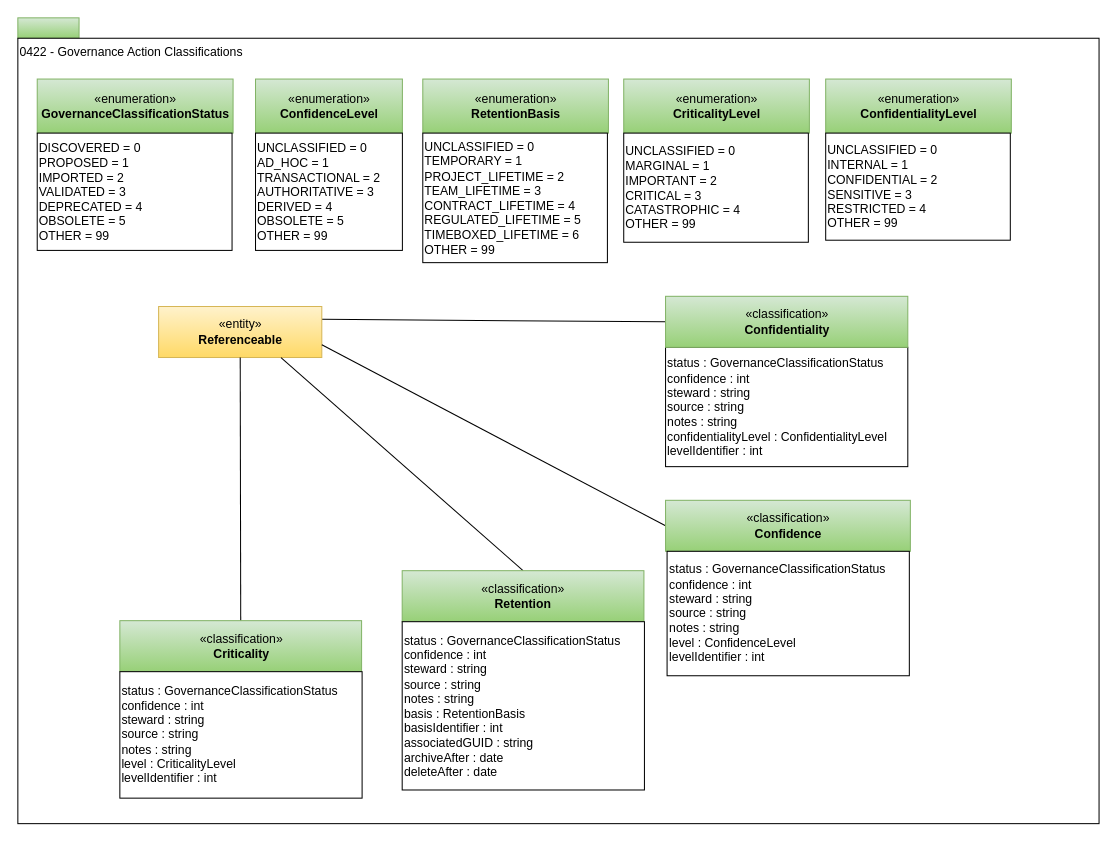
The draw.io diagram page "0422-Governance-Action-Classifications" (8 of 28) of open-metadata-publication/website/open-metadata-types/area-4-governance.drawio in odpi/egeria, before the edit. Source tidied: cells renumbered, new cells numbered last; positions are measured from the earlier drawing's top-left corner, leaving out a move shared by most shapes. Both pictures are drawn from the tidied source at 102%, with x=0, y=0 at pixel (17, 17).
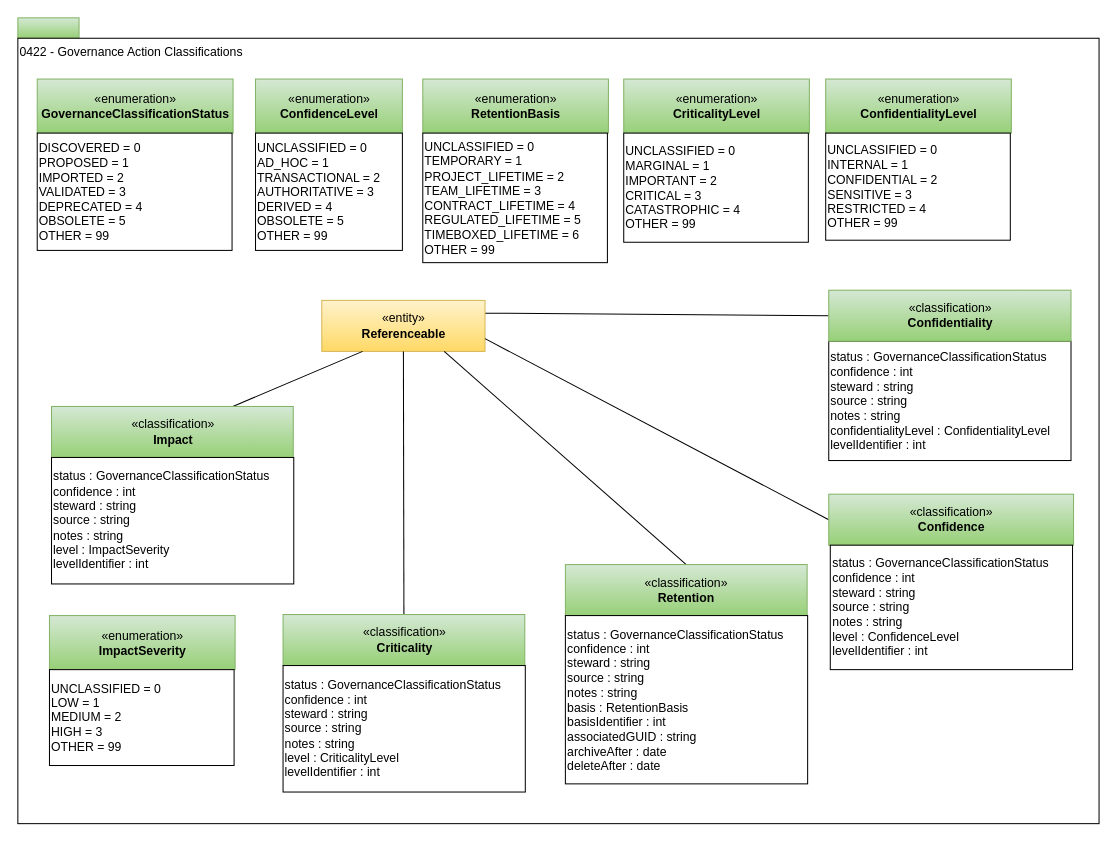
The same diagram, later.

Change to the diagram source:
```diff
@@
     <mxCell id="4" value="&lt;span&gt;status : GovernanceClassificationStatus&lt;br&gt;confidence : int&lt;br&gt;steward : string&lt;br&gt;source : string&lt;br&gt;notes : string&lt;br&gt;confidentialityLevel : ConfidentialityLevel&lt;br&gt;levelIdentifier : int&lt;br&gt;&lt;/span&gt;" style="rounded=0;whiteSpace=wrap;html=1;strokeColor=#000000;gradientColor=#ffffff;align=left;" parent="1" vertex="1">
-      <mxGeometry x="635" y="323" width="237.5" height="117" as="geometry" />
+      <mxGeometry x="795" y="317" width="237.5" height="117" as="geometry" />
     </mxCell>
@@
     <mxCell id="6" value="«entity»&lt;br&gt;&lt;b&gt;Referenceable&lt;/b&gt;" style="html=1;strokeColor=#d6b656;align=center;fillColor=#fff2cc;gradientColor=#ffd966;" parent="1" vertex="1">
-      <mxGeometry x="138" y="283" width="160" height="50" as="geometry" />
+      <mxGeometry x="298" y="277" width="160" height="50" as="geometry" />
     </mxCell>
     <mxCell id="7" value="«classification»&lt;br&gt;&lt;b&gt;Confidentiality&lt;/b&gt;" style="html=1;strokeColor=#82b366;align=center;fillColor=#d5e8d4;gradientColor=#97d077;" parent="1" vertex="1">
-      <mxGeometry x="635" y="273" width="237.5" height="50" as="geometry" />
+      <mxGeometry x="795" y="267" width="237.5" height="50" as="geometry" />
     </mxCell>
@@
     <mxCell id="9" value="«classification»&lt;br&gt;&lt;b&gt;Confidence&lt;/b&gt;" style="html=1;strokeColor=#82b366;align=center;fillColor=#d5e8d4;gradientColor=#97d077;" parent="1" vertex="1">
-      <mxGeometry x="635" y="473" width="240" height="50" as="geometry" />
+      <mxGeometry x="795" y="467" width="240" height="50" as="geometry" />
     </mxCell>
@@
     <mxCell id="11" value="«classification»&lt;br&gt;&lt;b&gt;Retention&lt;/b&gt;" style="html=1;strokeColor=#82b366;align=center;fillColor=#d5e8d4;gradientColor=#97d077;" parent="1" vertex="1">
-      <mxGeometry x="376.8" y="542" width="237" height="50" as="geometry" />
+      <mxGeometry x="536.8" y="536" width="237" height="50" as="geometry" />
     </mxCell>
@@
     <mxCell id="21" value="«classification»&lt;br&gt;&lt;b&gt;Criticality&lt;/b&gt;" style="html=1;strokeColor=#82b366;align=center;fillColor=#d5e8d4;gradientColor=#97d077;" parent="1" vertex="1">
-      <mxGeometry x="100" y="591" width="237" height="50" as="geometry" />
+      <mxGeometry x="260" y="585" width="237" height="50" as="geometry" />
     </mxCell>
     <mxCell id="22" value="&lt;span&gt;status : GovernanceClassificationStatus&lt;br&gt;confidence : int&lt;br&gt;steward : string&lt;br&gt;source : string&lt;br&gt;notes : string&lt;br&gt;level : ConfidenceLevel&lt;br&gt;levelIdentifier : int&lt;br&gt;&lt;/span&gt;" style="rounded=0;whiteSpace=wrap;html=1;strokeColor=#000000;gradientColor=#ffffff;align=left;" parent="1" vertex="1">
-      <mxGeometry x="636.5" y="523" width="237.5" height="122" as="geometry" />
+      <mxGeometry x="796.5" y="517" width="237.5" height="122" as="geometry" />
     </mxCell>
     <mxCell id="23" value="&lt;span&gt;status : GovernanceClassificationStatus&lt;br&gt;confidence : int&lt;br&gt;steward : string&lt;br&gt;source : string&lt;br&gt;notes : string&lt;br&gt;basis : RetentionBasis&lt;br&gt;basisIdentifier : int&lt;br&gt;associatedGUID : string&lt;br&gt;archiveAfter : date&lt;br&gt;deleteAfter : date&lt;br&gt;&lt;/span&gt;" style="rounded=0;whiteSpace=wrap;html=1;strokeColor=#000000;gradientColor=#ffffff;align=left;" parent="1" vertex="1">
-      <mxGeometry x="376.8" y="592" width="237.5" height="165" as="geometry" />
+      <mxGeometry x="536.8" y="586" width="237.5" height="165" as="geometry" />
     </mxCell>
     <mxCell id="24" value="&lt;span&gt;status : GovernanceClassificationStatus&lt;br&gt;confidence : int&lt;br&gt;steward : string&lt;br&gt;source : string&lt;br&gt;notes : string&lt;br&gt;level : CriticalityLevel&lt;br&gt;levelIdentifier : int&lt;br&gt;&lt;/span&gt;" style="rounded=0;whiteSpace=wrap;html=1;strokeColor=#000000;gradientColor=#ffffff;align=left;" parent="1" vertex="1">
-      <mxGeometry x="100" y="641" width="237.5" height="124" as="geometry" />
+      <mxGeometry x="260" y="635" width="237.5" height="124" as="geometry" />
     </mxCell>
@@
+    <mxCell id="27" style="edgeStyle=none;rounded=0;jettySize=auto;html=1;exitX=0.75;exitY=0;exitDx=0;exitDy=0;entryX=0.25;entryY=1;entryDx=0;entryDy=0;endArrow=none;endFill=0;endSize=19;strokeWidth=1;" parent="1" edge="1" source="28" target="6">
+      <mxGeometry relative="1" as="geometry" />
+    </mxCell>
+    <mxCell id="28" value="«classification»&lt;br&gt;&lt;b&gt;Impact&lt;/b&gt;" style="html=1;strokeColor=#82b366;align=center;fillColor=#d5e8d4;gradientColor=#97d077;" parent="1" vertex="1">
+      <mxGeometry x="33" y="381" width="237" height="50" as="geometry" />
+    </mxCell>
+    <mxCell id="29" value="&lt;span&gt;status : GovernanceClassificationStatus&lt;br&gt;confidence : int&lt;br&gt;steward : string&lt;br&gt;source : string&lt;br&gt;notes : string&lt;br&gt;level : ImpactSeverity&lt;br&gt;levelIdentifier : int&lt;br&gt;&lt;/span&gt;" style="rounded=0;whiteSpace=wrap;html=1;strokeColor=#000000;gradientColor=#ffffff;align=left;" parent="1" vertex="1">
+      <mxGeometry x="33" y="431" width="237.5" height="124" as="geometry" />
+    </mxCell>
+    <mxCell id="30" value="«enumeration»&lt;br&gt;&lt;b&gt;ImpactSeverity&lt;/b&gt;" style="html=1;strokeColor=#82b366;align=center;fillColor=#d5e8d4;gradientColor=#97d077;" parent="1" vertex="1">
+      <mxGeometry x="31" y="586" width="182" height="53" as="geometry" />
+    </mxCell>
+    <mxCell id="31" value="UNCLASSIFIED = 0&lt;br&gt;LOW = 1&lt;br&gt;MEDIUM = 2&lt;br&gt;HIGH = 3&lt;br&gt;OTHER = 99" style="rounded=0;whiteSpace=wrap;html=1;strokeColor=#000000;gradientColor=#ffffff;align=left;" parent="1" vertex="1">
+      <mxGeometry x="31" y="639" width="181" height="94" as="geometry" />
+    </mxCell>
```
